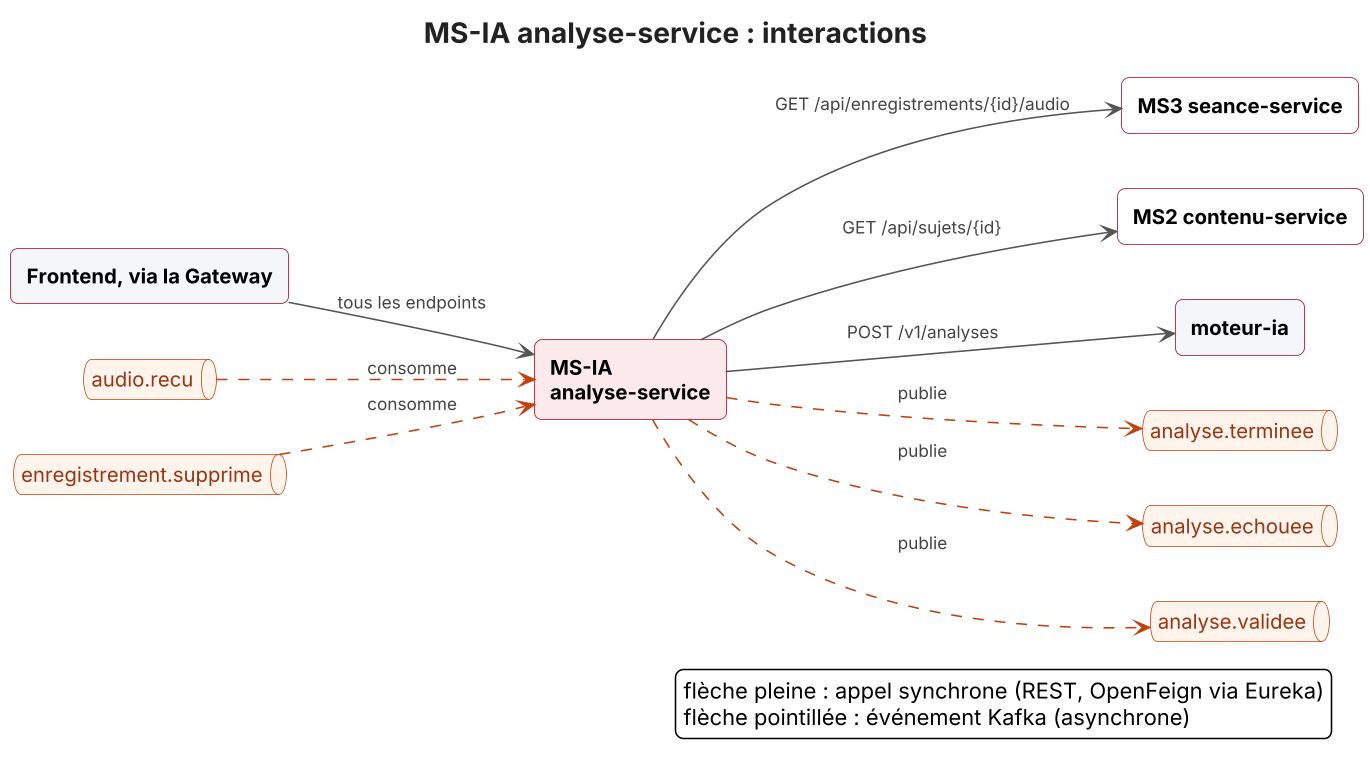
Earlier version of the PlantUML export Documentation/Diagrams/interactions-analyse-service.png (ixlemdev/TacAuTac-4SSA6). Source of this version:
```plantuml
@startuml interactions-analyse-service
!include style.iuml
left to right direction
skinparam rectangle {
  BorderColor #B00020
  BackgroundColor #FFFFFF
  FontStyle bold
}
skinparam queue {
  BorderColor #C2410C
  BackgroundColor #FFF4EC
  FontColor #9A3412
}
title MS-IA analyse-service : interactions
rectangle "MS-IA\nanalyse-service" as S #FBE9EB
rectangle "Frontend, via la Gateway" as N0 #F4F6F8
N0 --> S : tous les endpoints
rectangle "MS3 seance-service" as N1 #FFFFFF
S --> N1 : GET /api/enregistrements/{id}/audio
rectangle "MS2 contenu-service" as N2 #FFFFFF
S --> N2 : GET /api/sujets/{id}
rectangle "moteur-ia" as N3 #F4F6F8
S --> N3 : POST /v1/analyses
queue "audio.recu" as T0
T0 ..> S #C2410C : consomme
queue "enregistrement.supprime" as T1
T1 ..> S #C2410C : consomme
queue "analyse.terminee" as T2
S ..> T2 #C2410C : publie
queue "analyse.echouee" as T3
S ..> T3 #C2410C : publie
queue "analyse.validee" as T4
S ..> T4 #C2410C : publie
legend right
  flèche pleine : appel synchrone (REST, OpenFeign via Eureka)
  flèche pointillée : événement Kafka (asynchrone)
endlegend
@enduml
```
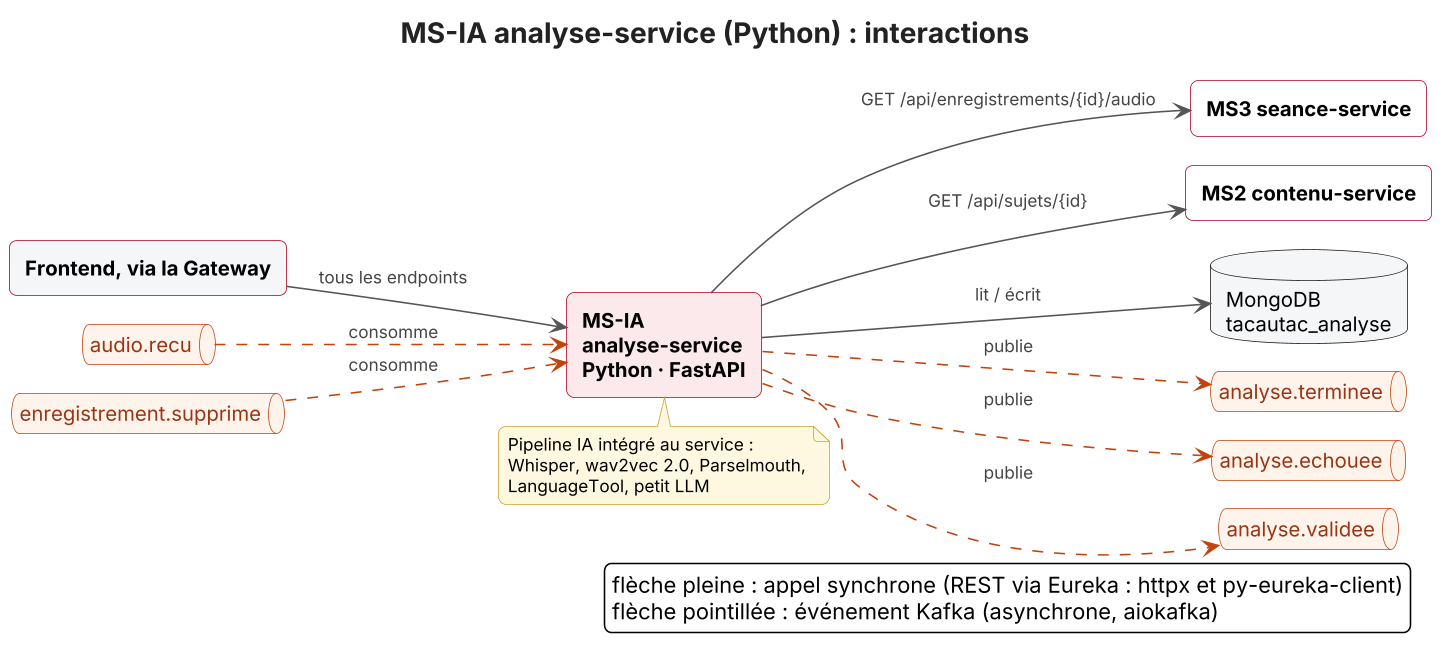
Above is the later version.

Diff of the diagram source:
```diff
@@ -1,4 +1,5 @@
 @startuml interactions-analyse-service
+!pragma layout smetana
 !include style.iuml
 left to right direction
 skinparam rectangle {
@@ -11,16 +12,16 @@
   BackgroundColor #FFF4EC
   FontColor #9A3412
 }
-title MS-IA analyse-service : interactions
-rectangle "MS-IA\nanalyse-service" as S #FBE9EB
+title MS-IA analyse-service (Python) : interactions
+rectangle "MS-IA\nanalyse-service\nPython · FastAPI" as S #FBE9EB
 rectangle "Frontend, via la Gateway" as N0 #F4F6F8
 N0 --> S : tous les endpoints
 rectangle "MS3 seance-service" as N1 #FFFFFF
 S --> N1 : GET /api/enregistrements/{id}/audio
 rectangle "MS2 contenu-service" as N2 #FFFFFF
 S --> N2 : GET /api/sujets/{id}
-rectangle "moteur-ia" as N3 #F4F6F8
-S --> N3 : POST /v1/analyses
+database "MongoDB\ntacautac_analyse" as DB #F4F6F8
+S --> DB : lit / écrit
 queue "audio.recu" as T0
 T0 ..> S #C2410C : consomme
 queue "enregistrement.supprime" as T1
@@ -31,8 +32,13 @@
 S ..> T3 #C2410C : publie
 queue "analyse.validee" as T4
 S ..> T4 #C2410C : publie
+note bottom of S
+  Pipeline IA intégré au service :
+  Whisper, wav2vec 2.0, Parselmouth,
+  LanguageTool, petit LLM
+end note
 legend right
-  flèche pleine : appel synchrone (REST, OpenFeign via Eureka)
-  flèche pointillée : événement Kafka (asynchrone)
+  flèche pleine : appel synchrone (REST via Eureka : httpx et py-eureka-client)
+  flèche pointillée : événement Kafka (asynchrone, aiokafka)
 endlegend
 @enduml
```
